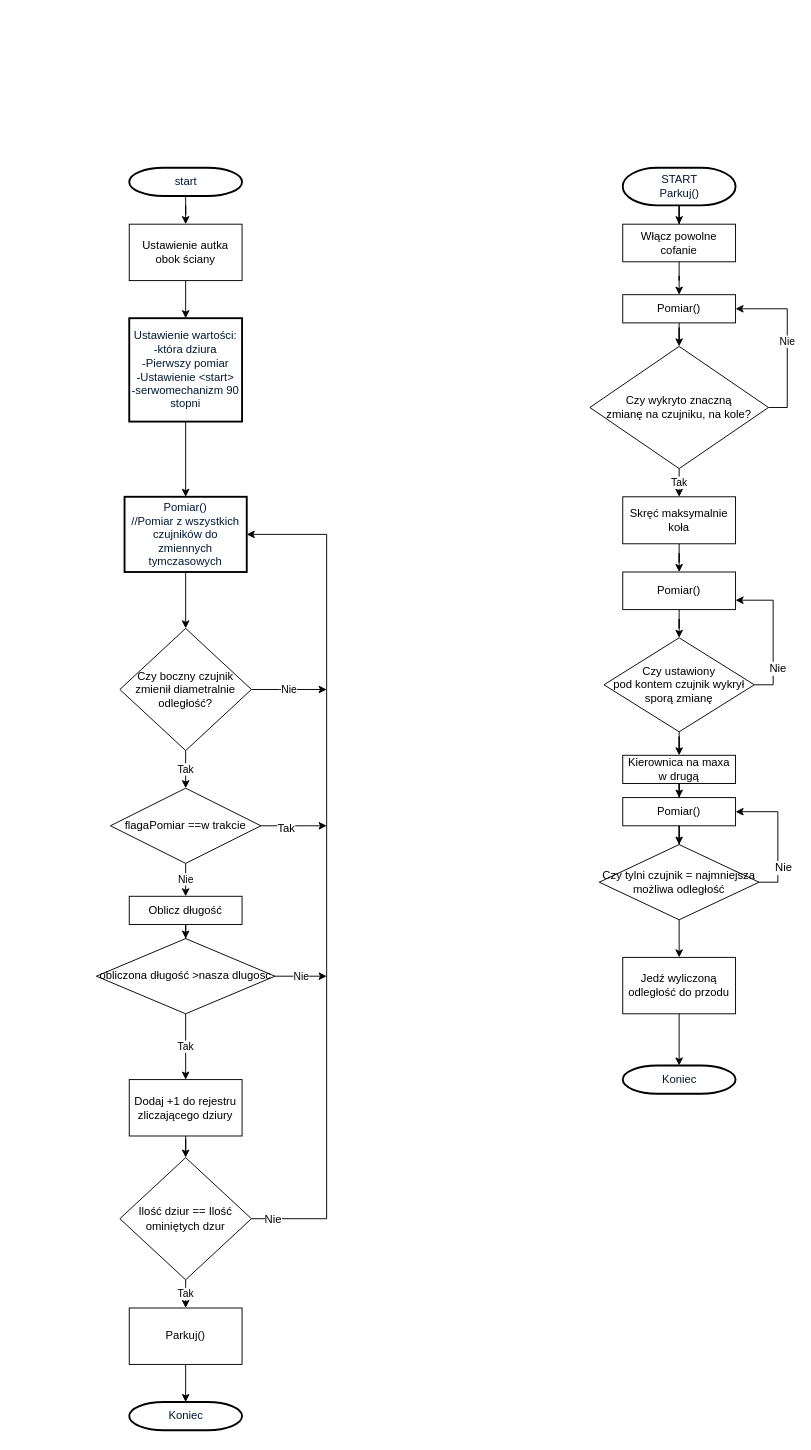
Above: Untitled Diagram.drawio in MarcinJaskulski/RoboDay (draw.io), before the change. Source tidied: cells renumbered, new cells numbered last; positions are measured from the earlier drawing's top-left corner, leaving out a move shared by most shapes. Both pictures are drawn from the tidied source at 94%, with x=0, y=0 at pixel (96, 167).
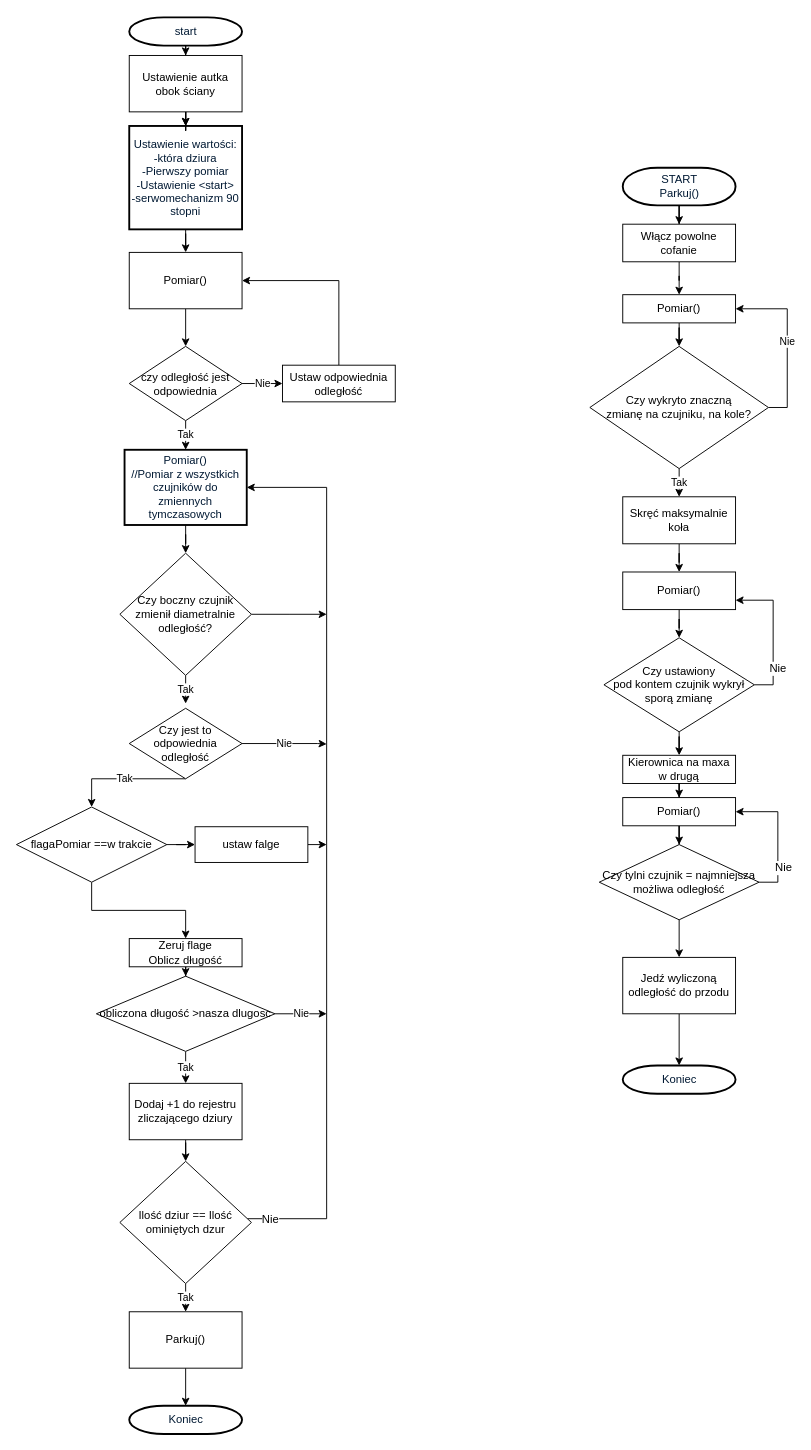
Above is the later version.

Diff of the diagram source:
```diff
@@
     <mxCell id="3" value="start" style="shape=mxgraph.flowchart.terminator;fillColor=#FFFFFF;strokeColor=#000000;strokeWidth=2;gradientColor=none;gradientDirection=north;fontColor=#001933;fontStyle=0;html=1;" parent="1" vertex="1">
-      <mxGeometry x="35" width="120" height="30" as="geometry" />
+      <mxGeometry x="35" y="-160" width="120" height="30" as="geometry" />
     </mxCell>
-    <mxCell id="4" style="edgeStyle=orthogonalEdgeStyle;rounded=0;jettySize=auto;html=1;fontColor=#001933;" parent="1" edge="1" source="5" target="7">
-      <mxGeometry relative="1" as="geometry" />
-    </mxCell>
+    <mxCell id="59" style="edgeStyle=orthogonalEdgeStyle;rounded=0;jettySize=auto;html=1;" parent="1" edge="1" source="5" target="69">
+      <mxGeometry relative="1" as="geometry" />
+    </mxCell>
     <mxCell id="5" value="&lt;div&gt;Ustawienie wartości:&lt;/div&gt;&lt;div&gt;-która dziura&lt;/div&gt;&lt;div&gt;-Pierwszy pomiar&lt;/div&gt;&lt;div&gt;-Ustawienie &amp;lt;start&amp;gt;&lt;/div&gt;&lt;div&gt;-serwomechanizm 90 stopni&lt;br&gt;&lt;/div&gt;" style="rounded=0;whiteSpace=wrap;html=1;strokeWidth=2;fillColor=#FFFFFF;fontColor=#001933;" parent="1" vertex="1">
-      <mxGeometry x="35" y="160" width="120" height="110" as="geometry" />
+      <mxGeometry x="35" y="-44.5" width="120" height="110" as="geometry" />
     </mxCell>
@@
     <mxCell id="7" value="Pomiar() &lt;br&gt;//Pomiar z wszystkich czujników do zmiennych tymczasowych" style="rounded=0;whiteSpace=wrap;html=1;strokeWidth=2;fillColor=#FFFFFF;fontColor=#001933;" parent="1" vertex="1">
-      <mxGeometry x="30" y="350" width="130" height="80" as="geometry" />
+      <mxGeometry x="30" y="300" width="130" height="80" as="geometry" />
     </mxCell>
-    <mxCell id="8" value="Nie" style="edgeStyle=orthogonalEdgeStyle;rounded=0;jettySize=auto;html=1;" parent="1" edge="1" source="10">
-      <mxGeometry relative="1" as="geometry">
-        <mxPoint x="245" y="555" as="targetPoint" />
-        <Array as="points">
-          <mxPoint x="195" y="555" />
-          <mxPoint x="195" y="555" />
-        </Array>
-      </mxGeometry>
-    </mxCell>
     <mxCell id="9" value="Tak" style="edgeStyle=orthogonalEdgeStyle;rounded=0;jettySize=auto;html=1;" parent="1" edge="1" source="10">
       <mxGeometry relative="1" as="geometry">
-        <mxPoint x="95" y="660" as="targetPoint" />
+        <mxPoint x="95" y="570" as="targetPoint" />
       </mxGeometry>
     </mxCell>
+    <mxCell id="60" style="edgeStyle=orthogonalEdgeStyle;rounded=0;jettySize=auto;html=1;" parent="1" edge="1" source="10">
+      <mxGeometry relative="1" as="geometry">
+        <mxPoint x="245" y="475" as="targetPoint" />
+      </mxGeometry>
+    </mxCell>
     <mxCell id="10" value="Czy boczny czujnik zmienił diametralnie odległość? " style="rhombus;whiteSpace=wrap;html=1;" parent="1" vertex="1">
-      <mxGeometry x="25" y="490" width="140" height="130" as="geometry" />
+      <mxGeometry x="25" y="410" width="140" height="130" as="geometry" />
     </mxCell>
@@
     <mxCell id="12" value="Dodaj +1 do rejestru zliczającego dziury" style="rounded=0;whiteSpace=wrap;html=1;" parent="1" vertex="1">
-      <mxGeometry x="35" y="970" width="120" height="60" as="geometry" />
+      <mxGeometry x="35" y="974" width="120" height="60" as="geometry" />
     </mxCell>
@@
+    <mxCell id="61" style="edgeStyle=orthogonalEdgeStyle;rounded=0;jettySize=auto;html=1;" parent="1" edge="1" source="14" target="5">
+      <mxGeometry relative="1" as="geometry" />
+    </mxCell>
     <mxCell id="14" value="Ustawienie autka obok ściany" style="rounded=0;whiteSpace=wrap;html=1;" parent="1" vertex="1">
-      <mxGeometry x="35" y="60" width="120" height="60" as="geometry" />
+      <mxGeometry x="35" y="-119.5" width="120" height="60" as="geometry" />
     </mxCell>
@@
     <mxCell id="16" style="edgeStyle=orthogonalEdgeStyle;rounded=0;jettySize=auto;html=1;entryX=1;entryY=0.5;entryDx=0;entryDy=0;" parent="1" edge="1" source="18" target="7">
       <mxGeometry relative="1" as="geometry">
         <Array as="points">
           <mxPoint x="245" y="1118" />
-          <mxPoint x="245" y="390" />
+          <mxPoint x="245" y="340" />
         </Array>
       </mxGeometry>
     </mxCell>
@@
     <mxCell id="18" value="Ilość dziur == Ilość ominiętych dzur" style="rhombus;whiteSpace=wrap;html=1;" parent="1" vertex="1">
-      <mxGeometry x="25" y="1053" width="140" height="130" as="geometry" />
+      <mxGeometry x="25" y="1057" width="140" height="130" as="geometry" />
     </mxCell>
@@
     <mxCell id="20" value="Parkuj()" style="rounded=0;whiteSpace=wrap;html=1;" parent="1" vertex="1">
-      <mxGeometry x="35" y="1213" width="120" height="60" as="geometry" />
+      <mxGeometry x="35" y="1217" width="120" height="60" as="geometry" />
     </mxCell>
     <mxCell id="21" value="&lt;div&gt;Koniec&lt;/div&gt;" style="shape=mxgraph.flowchart.terminator;fillColor=#FFFFFF;strokeColor=#000000;strokeWidth=2;gradientColor=none;gradientDirection=north;fontColor=#001933;fontStyle=0;html=1;" parent="1" vertex="1">
-      <mxGeometry x="35" y="1313" width="120" height="30" as="geometry" />
+      <mxGeometry x="35" y="1317" width="120" height="30" as="geometry" />
     </mxCell>
@@
-    <mxCell id="27" style="edgeStyle=orthogonalEdgeStyle;rounded=0;jettySize=auto;html=1;" parent="1" edge="1" source="30">
-      <mxGeometry relative="1" as="geometry">
-        <mxPoint x="245" y="700" as="targetPoint" />
-        <Array as="points">
-          <mxPoint x="225" y="700" />
-          <mxPoint x="225" y="700" />
-        </Array>
-      </mxGeometry>
-    </mxCell>
-    <mxCell id="28" value="Tak" style="text;html=1;align=center;verticalAlign=middle;labelBackgroundColor=#ffffff;" parent="27" vertex="1">
-      <mxGeometry x="-0.25" y="-2" relative="1" as="geometry" />
-    </mxCell>
-    <mxCell id="29" value="Nie" style="edgeStyle=orthogonalEdgeStyle;rounded=0;jettySize=auto;html=1;" parent="1" edge="1" source="30" target="32">
+    <mxCell id="29" style="edgeStyle=orthogonalEdgeStyle;rounded=0;jettySize=auto;html=1;" parent="1" edge="1" source="30" target="32">
       <mxGeometry relative="1" as="geometry" />
     </mxCell>
+    <mxCell id="62" style="edgeStyle=orthogonalEdgeStyle;rounded=0;jettySize=auto;html=1;" parent="1" edge="1" source="30" target="74">
+      <mxGeometry relative="1" as="geometry" />
+    </mxCell>
     <mxCell id="30" value="flagaPomiar ==w trakcie" style="rhombus;whiteSpace=wrap;html=1;" parent="1" vertex="1">
-      <mxGeometry x="15" y="660" width="160" height="80" as="geometry" />
+      <mxGeometry x="-85" y="680" width="160" height="80" as="geometry" />
     </mxCell>
@@
-    <mxCell id="32" value="Oblicz długość" style="rounded=0;whiteSpace=wrap;html=1;" parent="1" vertex="1">
-      <mxGeometry x="35" y="775" width="120" height="30" as="geometry" />
+    <mxCell id="32" value="Zeruj flage&lt;br&gt;Oblicz długość" style="rounded=0;whiteSpace=wrap;html=1;" parent="1" vertex="1">
+      <mxGeometry x="35" y="820" width="120" height="30" as="geometry" />
     </mxCell>
+    <mxCell id="34" value="Nie" style="edgeStyle=orthogonalEdgeStyle;rounded=0;jettySize=auto;html=1;" parent="1" edge="1" source="35">
+      <mxGeometry relative="1" as="geometry">
+        <mxPoint x="245" y="900" as="targetPoint" />
+        <Array as="points">
+          <mxPoint x="245" y="900" />
+        </Array>
+      </mxGeometry>
+    </mxCell>
     <mxCell id="33" value="Tak" style="edgeStyle=orthogonalEdgeStyle;rounded=0;jettySize=auto;html=1;" parent="1" edge="1" source="35" target="12">
-      <mxGeometry relative="1" as="geometry" />
+      <mxGeometry relative="1" as="geometry">
+        <Array as="points">
+          <mxPoint x="95" y="954" />
+          <mxPoint x="95" y="954" />
+        </Array>
+      </mxGeometry>
     </mxCell>
-    <mxCell id="34" value="Nie" style="edgeStyle=orthogonalEdgeStyle;rounded=0;jettySize=auto;html=1;" parent="1" edge="1" source="35">
-      <mxGeometry relative="1" as="geometry">
-        <mxPoint x="245" y="860" as="targetPoint" />
-      </mxGeometry>
-    </mxCell>
     <mxCell id="35" value="obliczona długość &amp;gt;nasza dlugosc " style="rhombus;whiteSpace=wrap;html=1;" parent="1" vertex="1">
-      <mxGeometry y="820" width="190" height="80" as="geometry" />
+      <mxGeometry y="860" width="190" height="80" as="geometry" />
     </mxCell>
@@
+    <mxCell id="63" value="Tak" style="edgeStyle=orthogonalEdgeStyle;rounded=0;jettySize=auto;html=1;entryX=0.5;entryY=0;entryDx=0;entryDy=0;" parent="1" edge="1" source="65" target="7">
+      <mxGeometry relative="1" as="geometry" />
+    </mxCell>
+    <mxCell id="64" value="Nie" style="edgeStyle=orthogonalEdgeStyle;rounded=0;jettySize=auto;html=1;" parent="1" edge="1" source="65" target="67">
+      <mxGeometry relative="1" as="geometry">
+        <Array as="points">
+          <mxPoint x="170" y="229" />
+          <mxPoint x="170" y="229" />
+        </Array>
+      </mxGeometry>
+    </mxCell>
+    <mxCell id="65" value="czy odległość jest odpowiednia" style="rhombus;whiteSpace=wrap;html=1;" parent="1" vertex="1">
+      <mxGeometry x="35" y="190" width="120" height="79" as="geometry" />
+    </mxCell>
+    <mxCell id="66" style="edgeStyle=orthogonalEdgeStyle;rounded=0;jettySize=auto;html=1;exitX=0.5;exitY=0;exitDx=0;exitDy=0;entryX=1;entryY=0.5;entryDx=0;entryDy=0;" parent="1" edge="1" source="67" target="69">
+      <mxGeometry relative="1" as="geometry">
+        <Array as="points">
+          <mxPoint x="258" y="120" />
+        </Array>
+      </mxGeometry>
+    </mxCell>
+    <mxCell id="67" value="Ustaw odpowiednia odległość" style="rounded=0;whiteSpace=wrap;html=1;" parent="1" vertex="1">
+      <mxGeometry x="198" y="210" width="120" height="39" as="geometry" />
+    </mxCell>
+    <mxCell id="68" style="edgeStyle=orthogonalEdgeStyle;rounded=0;jettySize=auto;html=1;" parent="1" edge="1" source="69" target="65">
+      <mxGeometry relative="1" as="geometry" />
+    </mxCell>
+    <mxCell id="69" value="Pomiar()" style="rounded=0;whiteSpace=wrap;html=1;" parent="1" vertex="1">
+      <mxGeometry x="35" y="90" width="120" height="60" as="geometry" />
+    </mxCell>
+    <mxCell id="70" value="Tak" style="edgeStyle=orthogonalEdgeStyle;rounded=0;jettySize=auto;html=1;" parent="1" edge="1" source="72" target="30">
+      <mxGeometry relative="1" as="geometry">
+        <Array as="points">
+          <mxPoint x="95" y="650" />
+          <mxPoint x="95" y="650" />
+        </Array>
+      </mxGeometry>
+    </mxCell>
+    <mxCell id="71" value="Nie" style="edgeStyle=orthogonalEdgeStyle;rounded=0;jettySize=auto;html=1;" parent="1" edge="1" source="72">
+      <mxGeometry relative="1" as="geometry">
+        <mxPoint x="245" y="613" as="targetPoint" />
+        <Array as="points">
+          <mxPoint x="235" y="613" />
+          <mxPoint x="235" y="613" />
+        </Array>
+      </mxGeometry>
+    </mxCell>
+    <mxCell id="72" value="Czy jest to odpowiednia odległość" style="rhombus;whiteSpace=wrap;html=1;" parent="1" vertex="1">
+      <mxGeometry x="35" y="575" width="120" height="75" as="geometry" />
+    </mxCell>
+    <mxCell id="73" style="edgeStyle=orthogonalEdgeStyle;rounded=0;jettySize=auto;html=1;" parent="1" edge="1" source="74">
+      <mxGeometry relative="1" as="geometry">
+        <mxPoint x="245" y="720" as="targetPoint" />
+      </mxGeometry>
+    </mxCell>
+    <mxCell id="74" value="ustaw falge" style="rounded=0;whiteSpace=wrap;html=1;" parent="1" vertex="1">
+      <mxGeometry x="105" y="701" width="120" height="38" as="geometry" />
+    </mxCell>
```
